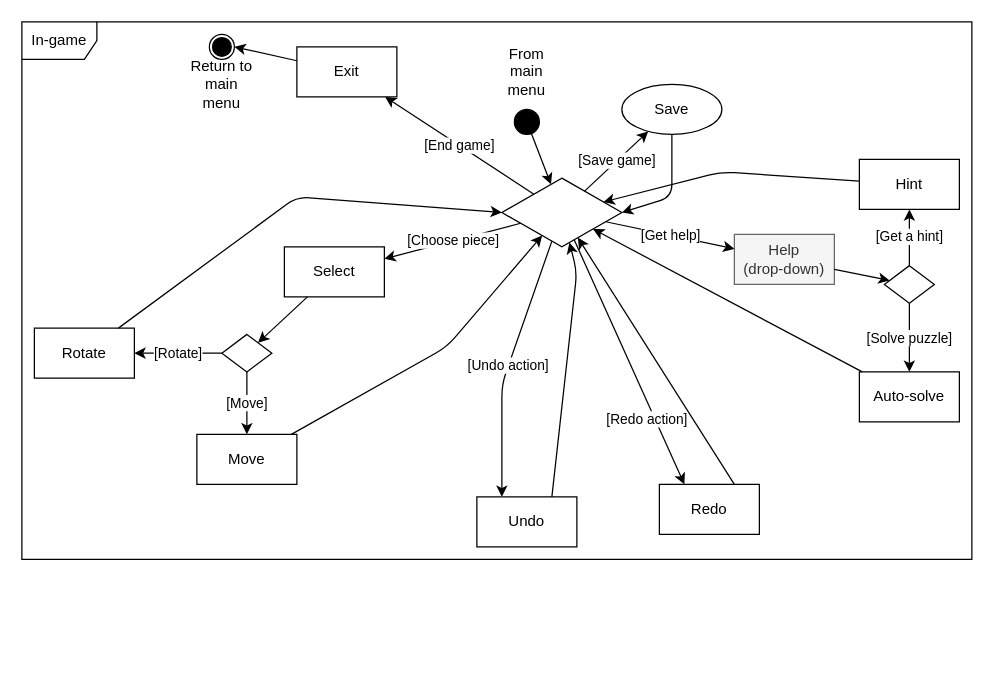
The draw.io diagram Diagrams/In-game Diagram.drawio in thomasmonradlaursen/GroupNine_SoftwareProject, before the edit. Source tidied: cells renumbered, new cells numbered last; positions are measured from the earlier drawing's top-left corner, leaving out a move shared by most shapes. Both pictures are drawn from the tidied source at 125%, with x=0, y=0 at pixel (21, 21).
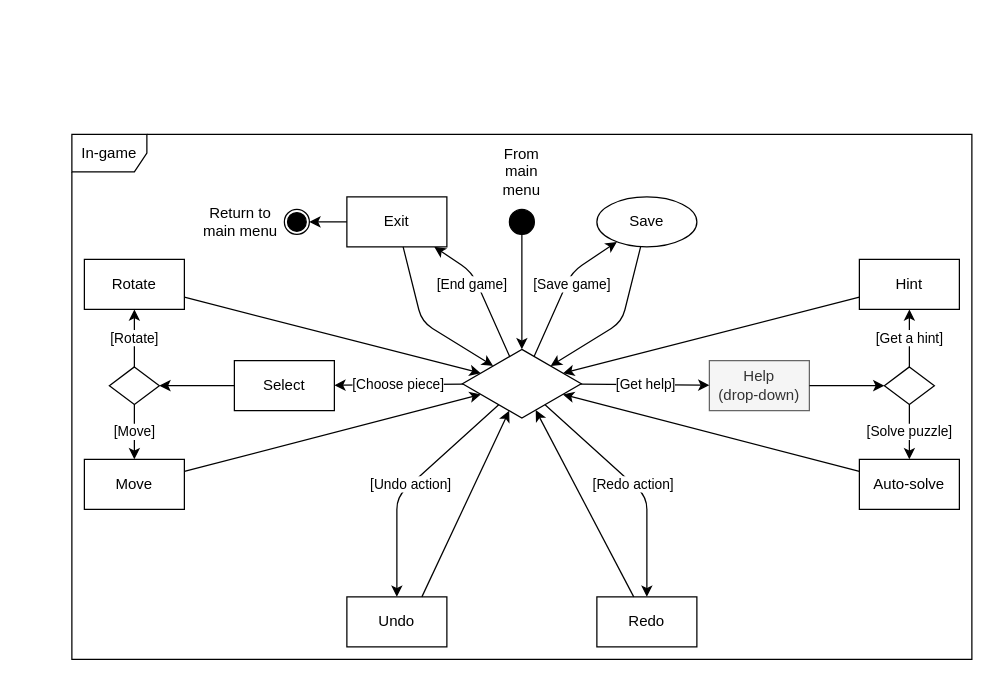
After the change.

Diff of the diagram source:
```diff
@@
     <mxCell id="2" value="In-game" style="shape=umlFrame;whiteSpace=wrap;html=1;" parent="1" vertex="1">
-      <mxGeometry width="760" height="430" as="geometry" />
+      <mxGeometry x="40" y="90" width="720" height="420" as="geometry" />
     </mxCell>
     <mxCell id="3" style="ellipse;whiteSpace=wrap;html=1;fillColor=#000000;" parent="1" vertex="1">
-      <mxGeometry x="394" y="70" width="20" height="20" as="geometry" />
+      <mxGeometry x="390" y="150" width="20" height="20" as="geometry" />
     </mxCell>
     <mxCell id="4" value="From main menu" style="text;html=1;strokeColor=none;fillColor=none;align=center;verticalAlign=middle;whiteSpace=wrap;rounded=0;" parent="1" vertex="1">
-      <mxGeometry x="384" y="30" width="40" height="20" as="geometry" />
+      <mxGeometry x="380" y="110" width="40" height="20" as="geometry" />
     </mxCell>
     <mxCell id="5" value="Exit" style="rounded=0;whiteSpace=wrap;html=1;" parent="1" vertex="1">
-      <mxGeometry x="220" y="20" width="80" height="40" as="geometry" />
+      <mxGeometry x="260" y="140" width="80" height="40" as="geometry" />
     </mxCell>
     <mxCell id="6" value="[End game]" style="endArrow=classic;html=1;" parent="1" edge="1" source="12" target="5">
-      <mxGeometry relative="1" as="geometry" />
+      <mxGeometry x="0.18" y="4" relative="1" as="geometry">
+        <Array as="points">
+          <mxPoint x="360" y="200" />
+        </Array>
+      </mxGeometry>
     </mxCell>
     <mxCell id="7" style="group;" parent="1" vertex="1">
-      <mxGeometry x="150" y="10" width="20" height="20" as="geometry" />
+      <mxGeometry x="210" y="150" width="20" height="20" as="geometry" />
     </mxCell>
@@
     <mxCell id="11" value="Return to main menu" style="text;html=1;strokeColor=none;fillColor=none;align=center;verticalAlign=middle;whiteSpace=wrap;rounded=0;shadow=0;" parent="1" vertex="1">
-      <mxGeometry x="130" y="40" width="60" height="20" as="geometry" />
+      <mxGeometry x="140" y="150" width="70" height="20" as="geometry" />
     </mxCell>
     <mxCell id="12" style="rhombus;whiteSpace=wrap;html=1;" parent="1" vertex="1">
-      <mxGeometry x="384" y="125" width="96" height="55" as="geometry" />
+      <mxGeometry x="352.5" y="262" width="95" height="55" as="geometry" />
     </mxCell>
@@
     <mxCell id="14" value="Rotate" style="rounded=0;whiteSpace=wrap;html=1;" parent="1" vertex="1">
-      <mxGeometry x="10" y="245" width="80" height="40" as="geometry" />
+      <mxGeometry x="50" y="190" width="80" height="40" as="geometry" />
     </mxCell>
     <mxCell id="15" value="Move" style="rounded=0;whiteSpace=wrap;html=1;" parent="1" vertex="1">
-      <mxGeometry x="140" y="330" width="80" height="40" as="geometry" />
+      <mxGeometry x="50" y="350" width="80" height="40" as="geometry" />
     </mxCell>
     <mxCell id="16" value="Hint" style="rounded=0;whiteSpace=wrap;html=1;" parent="1" vertex="1">
-      <mxGeometry x="670" y="110" width="80" height="40" as="geometry" />
+      <mxGeometry x="670" y="190" width="80" height="40" as="geometry" />
     </mxCell>
     <mxCell id="17" value="Auto-solve" style="rounded=0;whiteSpace=wrap;html=1;" parent="1" vertex="1">
-      <mxGeometry x="670" y="280" width="80" height="40" as="geometry" />
+      <mxGeometry x="670" y="350" width="80" height="40" as="geometry" />
     </mxCell>
     <mxCell id="18" value="Undo" style="rounded=0;whiteSpace=wrap;html=1;" parent="1" vertex="1">
-      <mxGeometry x="364" y="380" width="80" height="40" as="geometry" />
+      <mxGeometry x="260" y="460" width="80" height="40" as="geometry" />
     </mxCell>
     <mxCell id="19" value="Redo" style="rounded=0;whiteSpace=wrap;html=1;" parent="1" vertex="1">
-      <mxGeometry x="510" y="370" width="80" height="40" as="geometry" />
+      <mxGeometry x="460" y="460" width="80" height="40" as="geometry" />
     </mxCell>
     <mxCell id="20" value="Select" style="rounded=0;whiteSpace=wrap;html=1;" parent="1" vertex="1">
-      <mxGeometry x="210" y="180" width="80" height="40" as="geometry" />
+      <mxGeometry x="170" y="271" width="80" height="40" as="geometry" />
     </mxCell>
@@
     <mxCell id="22" style="rhombus;whiteSpace=wrap;html=1;" parent="1" vertex="1">
-      <mxGeometry x="160" y="250" width="40" height="30" as="geometry" />
+      <mxGeometry x="70" y="276" width="40" height="30" as="geometry" />
     </mxCell>
@@
-    <mxCell id="26" style="endArrow=classic;html=1;entryX=0;entryY=0.5;entryDx=0;entryDy=0;" parent="1" edge="1" source="14" target="12">
-      <mxGeometry relative="1" as="geometry">
-        <Array as="points">
-          <mxPoint x="220" y="140" />
-        </Array>
-      </mxGeometry>
-    </mxCell>
-    <mxCell id="27" style="endArrow=classic;html=1;" parent="1" edge="1" source="15" target="12">
-      <mxGeometry relative="1" as="geometry">
-        <Array as="points">
-          <mxPoint x="340" y="260" />
-        </Array>
-      </mxGeometry>
-    </mxCell>
     <mxCell id="28" value="[Save game]" style="endArrow=classic;html=1;" parent="1" edge="1" source="12" target="29">
-      <mxGeometry relative="1" as="geometry" />
+      <mxGeometry x="0.11" y="-4" relative="1" as="geometry">
+        <Array as="points">
+          <mxPoint x="440" y="200" />
+        </Array>
+      </mxGeometry>
     </mxCell>
     <mxCell id="29" value="Save" style="ellipse;whiteSpace=wrap;html=1;" parent="1" vertex="1">
-      <mxGeometry x="480" y="50" width="80" height="40" as="geometry" />
+      <mxGeometry x="460" y="140" width="80" height="40" as="geometry" />
     </mxCell>
-    <mxCell id="30" style="endArrow=classic;html=1;entryX=1;entryY=0.5;entryDx=0;entryDy=0;" parent="1" edge="1" source="29" target="12">
-      <mxGeometry relative="1" as="geometry">
-        <Array as="points">
-          <mxPoint x="520" y="140" />
-        </Array>
-      </mxGeometry>
-    </mxCell>
-    <mxCell id="31" value="[Undo action]" style="endArrow=classic;html=1;entryX=0.25;entryY=0;entryDx=0;entryDy=0;" parent="1" edge="1" source="12" target="18">
-      <mxGeometry relative="1" as="geometry">
-        <Array as="points">
-          <mxPoint x="384" y="290" />
-        </Array>
-      </mxGeometry>
-    </mxCell>
-    <mxCell id="32" style="endArrow=classic;html=1;exitX=0.75;exitY=0;exitDx=0;exitDy=0;" parent="1" edge="1" source="18" target="12">
-      <mxGeometry relative="1" as="geometry">
-        <Array as="points">
-          <mxPoint x="444" y="200" />
-        </Array>
-      </mxGeometry>
-    </mxCell>
-    <mxCell id="33" value="[Redo action]" style="endArrow=classic;html=1;entryX=0.25;entryY=0;entryDx=0;entryDy=0;" parent="1" edge="1" source="12" target="19">
-      <mxGeometry x="0.44" y="-6" relative="1" as="geometry" />
-    </mxCell>
-    <mxCell id="34" style="endArrow=classic;html=1;exitX=0.75;exitY=0;exitDx=0;exitDy=0;" parent="1" edge="1" source="19" target="12">
-      <mxGeometry relative="1" as="geometry" />
-    </mxCell>
     <mxCell id="35" value="Help &lt;br&gt;(drop-down)" style="rounded=0;whiteSpace=wrap;html=1;fillColor=#f5f5f5;strokeColor=#666666;fontColor=#333333;" parent="1" vertex="1">
-      <mxGeometry x="570" y="170" width="80" height="40" as="geometry" />
+      <mxGeometry x="550" y="271" width="80" height="40" as="geometry" />
     </mxCell>
@@
     <mxCell id="37" style="rhombus;whiteSpace=wrap;html=1;" parent="1" vertex="1">
-      <mxGeometry x="690" y="195" width="40" height="30" as="geometry" />
+      <mxGeometry x="690" y="276" width="40" height="30" as="geometry" />
     </mxCell>
@@
+    <mxCell id="31" value="[Undo action]" style="endArrow=classic;html=1;" parent="1" edge="1" source="12" target="18">
+      <mxGeometry relative="1" as="geometry">
+        <Array as="points">
+          <mxPoint x="300" y="380" />
+        </Array>
+      </mxGeometry>
+    </mxCell>
+    <mxCell id="33" value="[Redo action]" style="endArrow=classic;html=1;" parent="1" edge="1" source="12" target="19">
+      <mxGeometry relative="1" as="geometry">
+        <Array as="points">
+          <mxPoint x="500" y="380" />
+        </Array>
+      </mxGeometry>
+    </mxCell>
+    <mxCell id="32" style="endArrow=classic;html=1;exitX=0.75;exitY=0;exitDx=0;exitDy=0;" parent="1" edge="1" source="18" target="12">
+      <mxGeometry relative="1" as="geometry" />
+    </mxCell>
+    <mxCell id="34" style="endArrow=classic;html=1;" parent="1" edge="1" source="19" target="12">
+      <mxGeometry relative="1" as="geometry" />
+    </mxCell>
@@
     <mxCell id="42" style="endArrow=classic;html=1;" parent="1" edge="1" source="16" target="12">
-      <mxGeometry relative="1" as="geometry">
-        <Array as="points">
-          <mxPoint x="560" y="120" />
-        </Array>
-      </mxGeometry>
+      <mxGeometry relative="1" as="geometry" />
     </mxCell>
+    <mxCell id="27" style="endArrow=classic;html=1;" parent="1" edge="1" source="15" target="12">
+      <mxGeometry relative="1" as="geometry" />
+    </mxCell>
+    <mxCell id="26" style="endArrow=classic;html=1;" parent="1" edge="1" source="14" target="12">
+      <mxGeometry relative="1" as="geometry" />
+    </mxCell>
+    <mxCell id="30" style="endArrow=classic;html=1;" parent="1" edge="1" source="29" target="12">
+      <mxGeometry relative="1" as="geometry">
+        <Array as="points">
+          <mxPoint x="480" y="240" />
+        </Array>
+      </mxGeometry>
+    </mxCell>
+    <mxCell id="43" style="endArrow=classic;html=1;" parent="1" edge="1" source="5" target="12">
+      <mxGeometry relative="1" as="geometry">
+        <Array as="points">
+          <mxPoint x="320" y="240" />
+        </Array>
+      </mxGeometry>
+    </mxCell>
```
